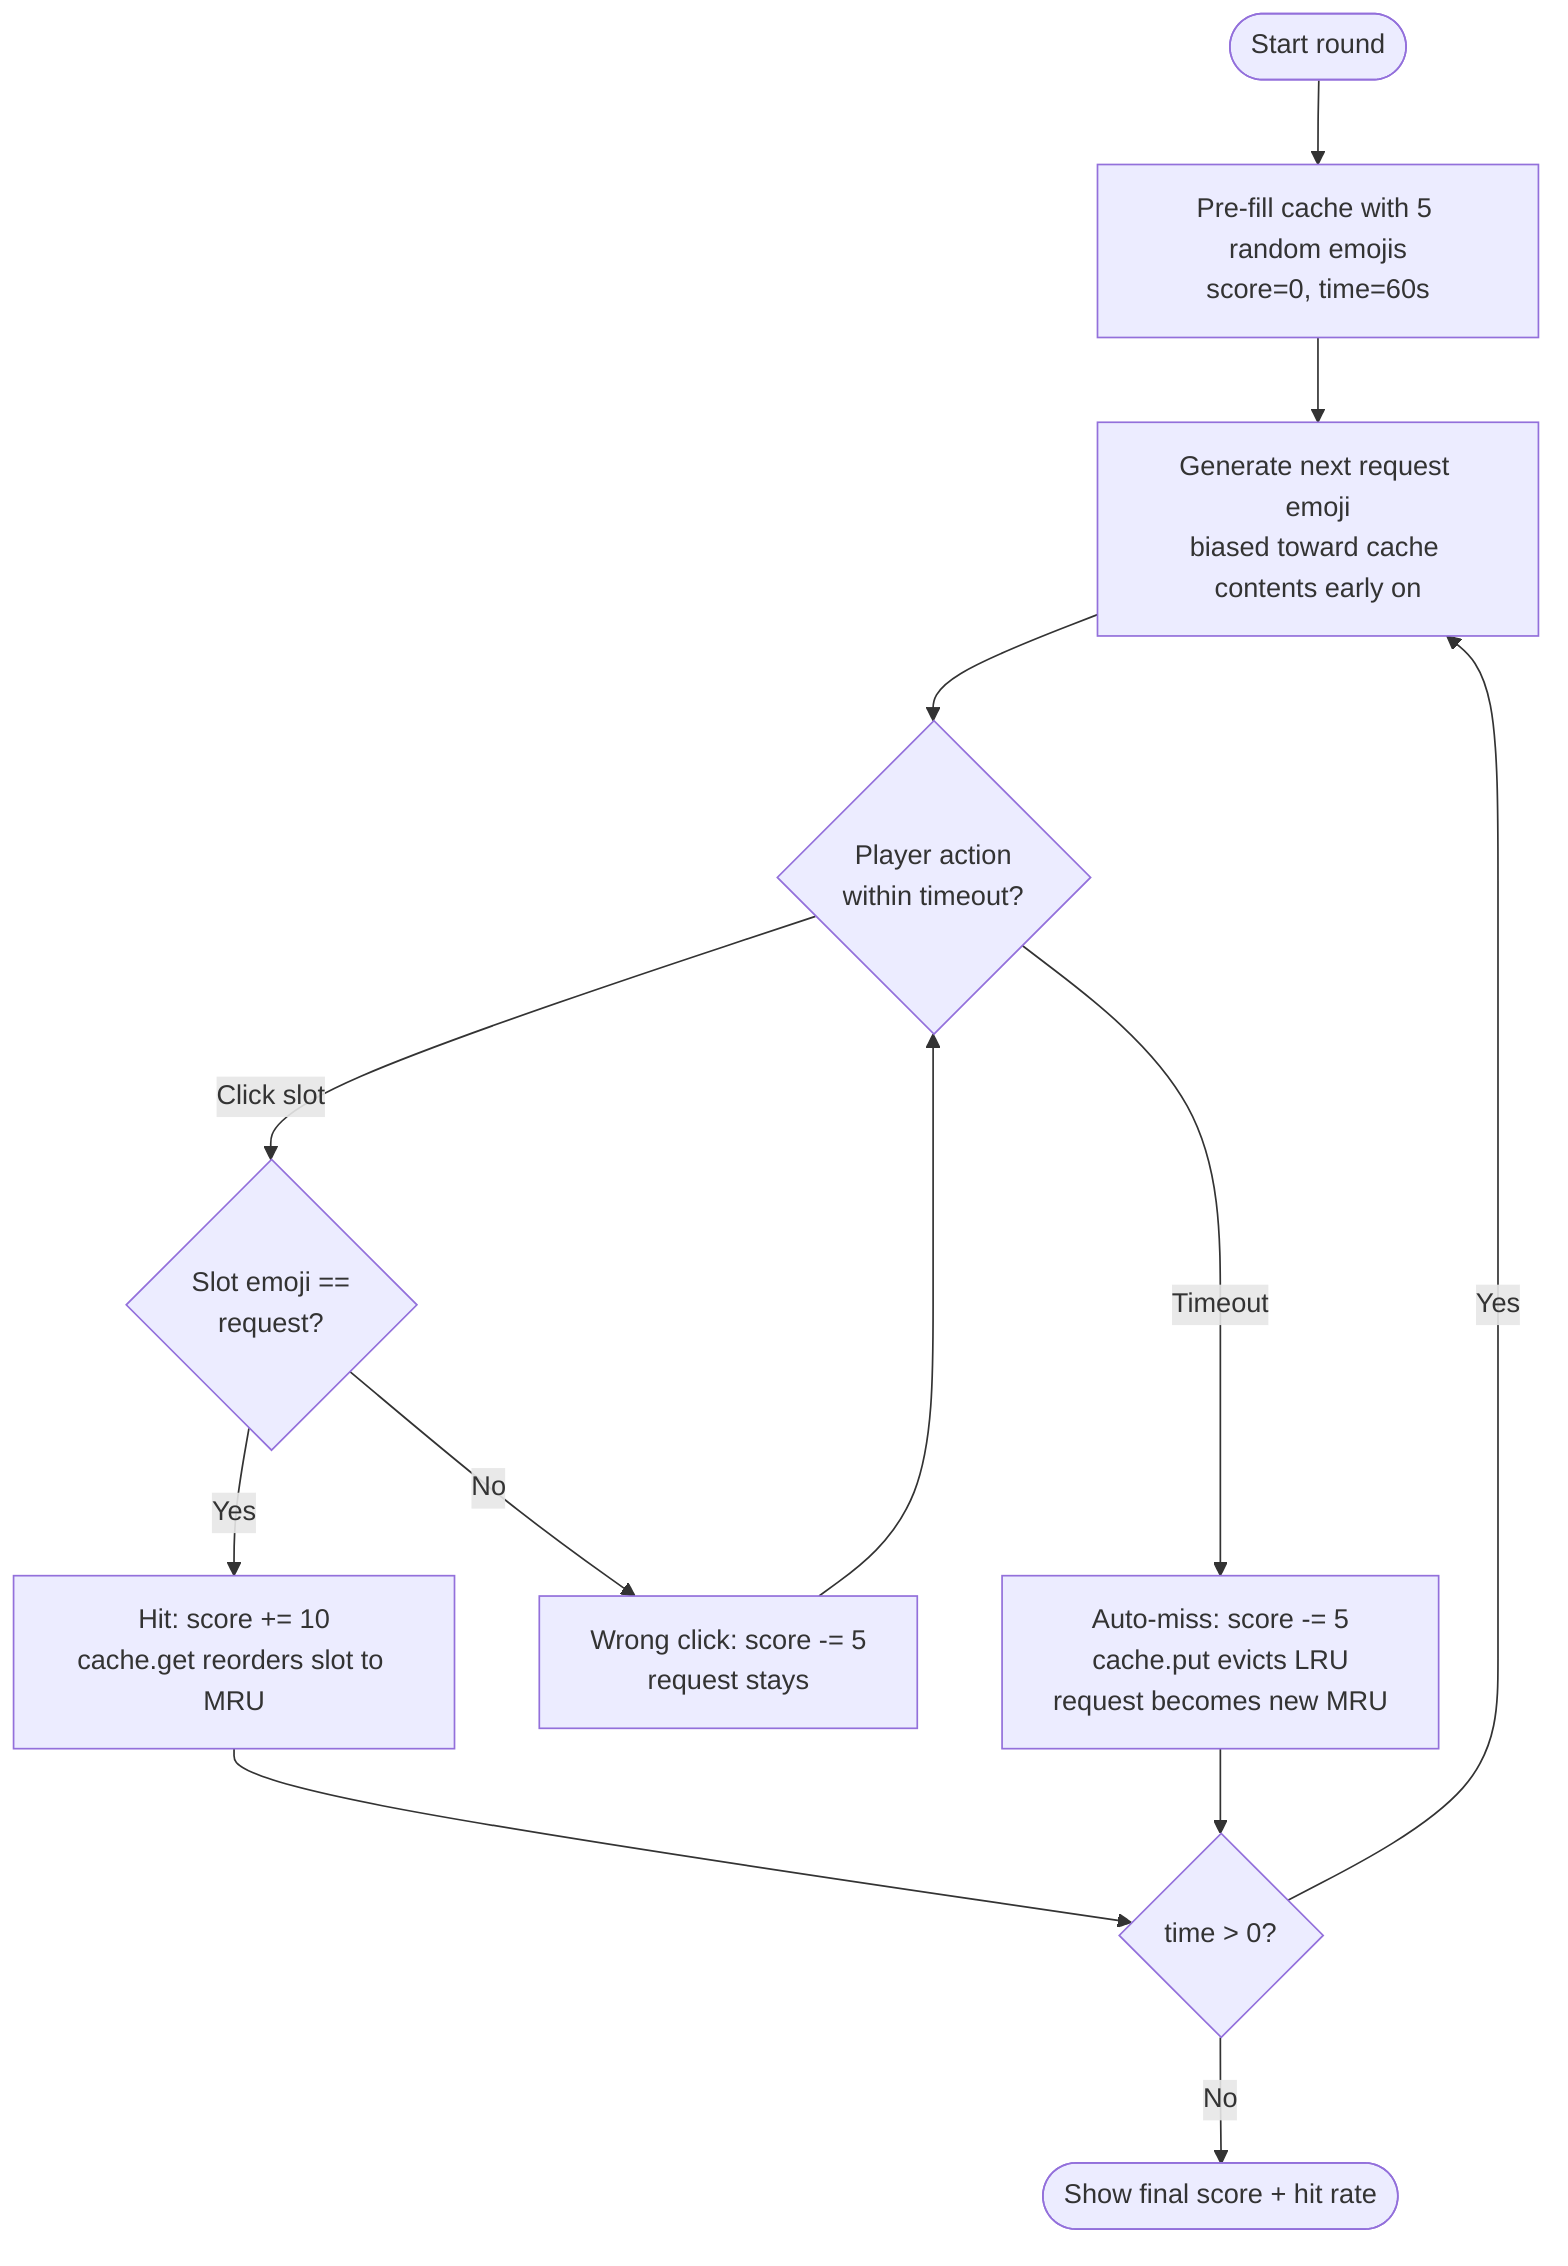
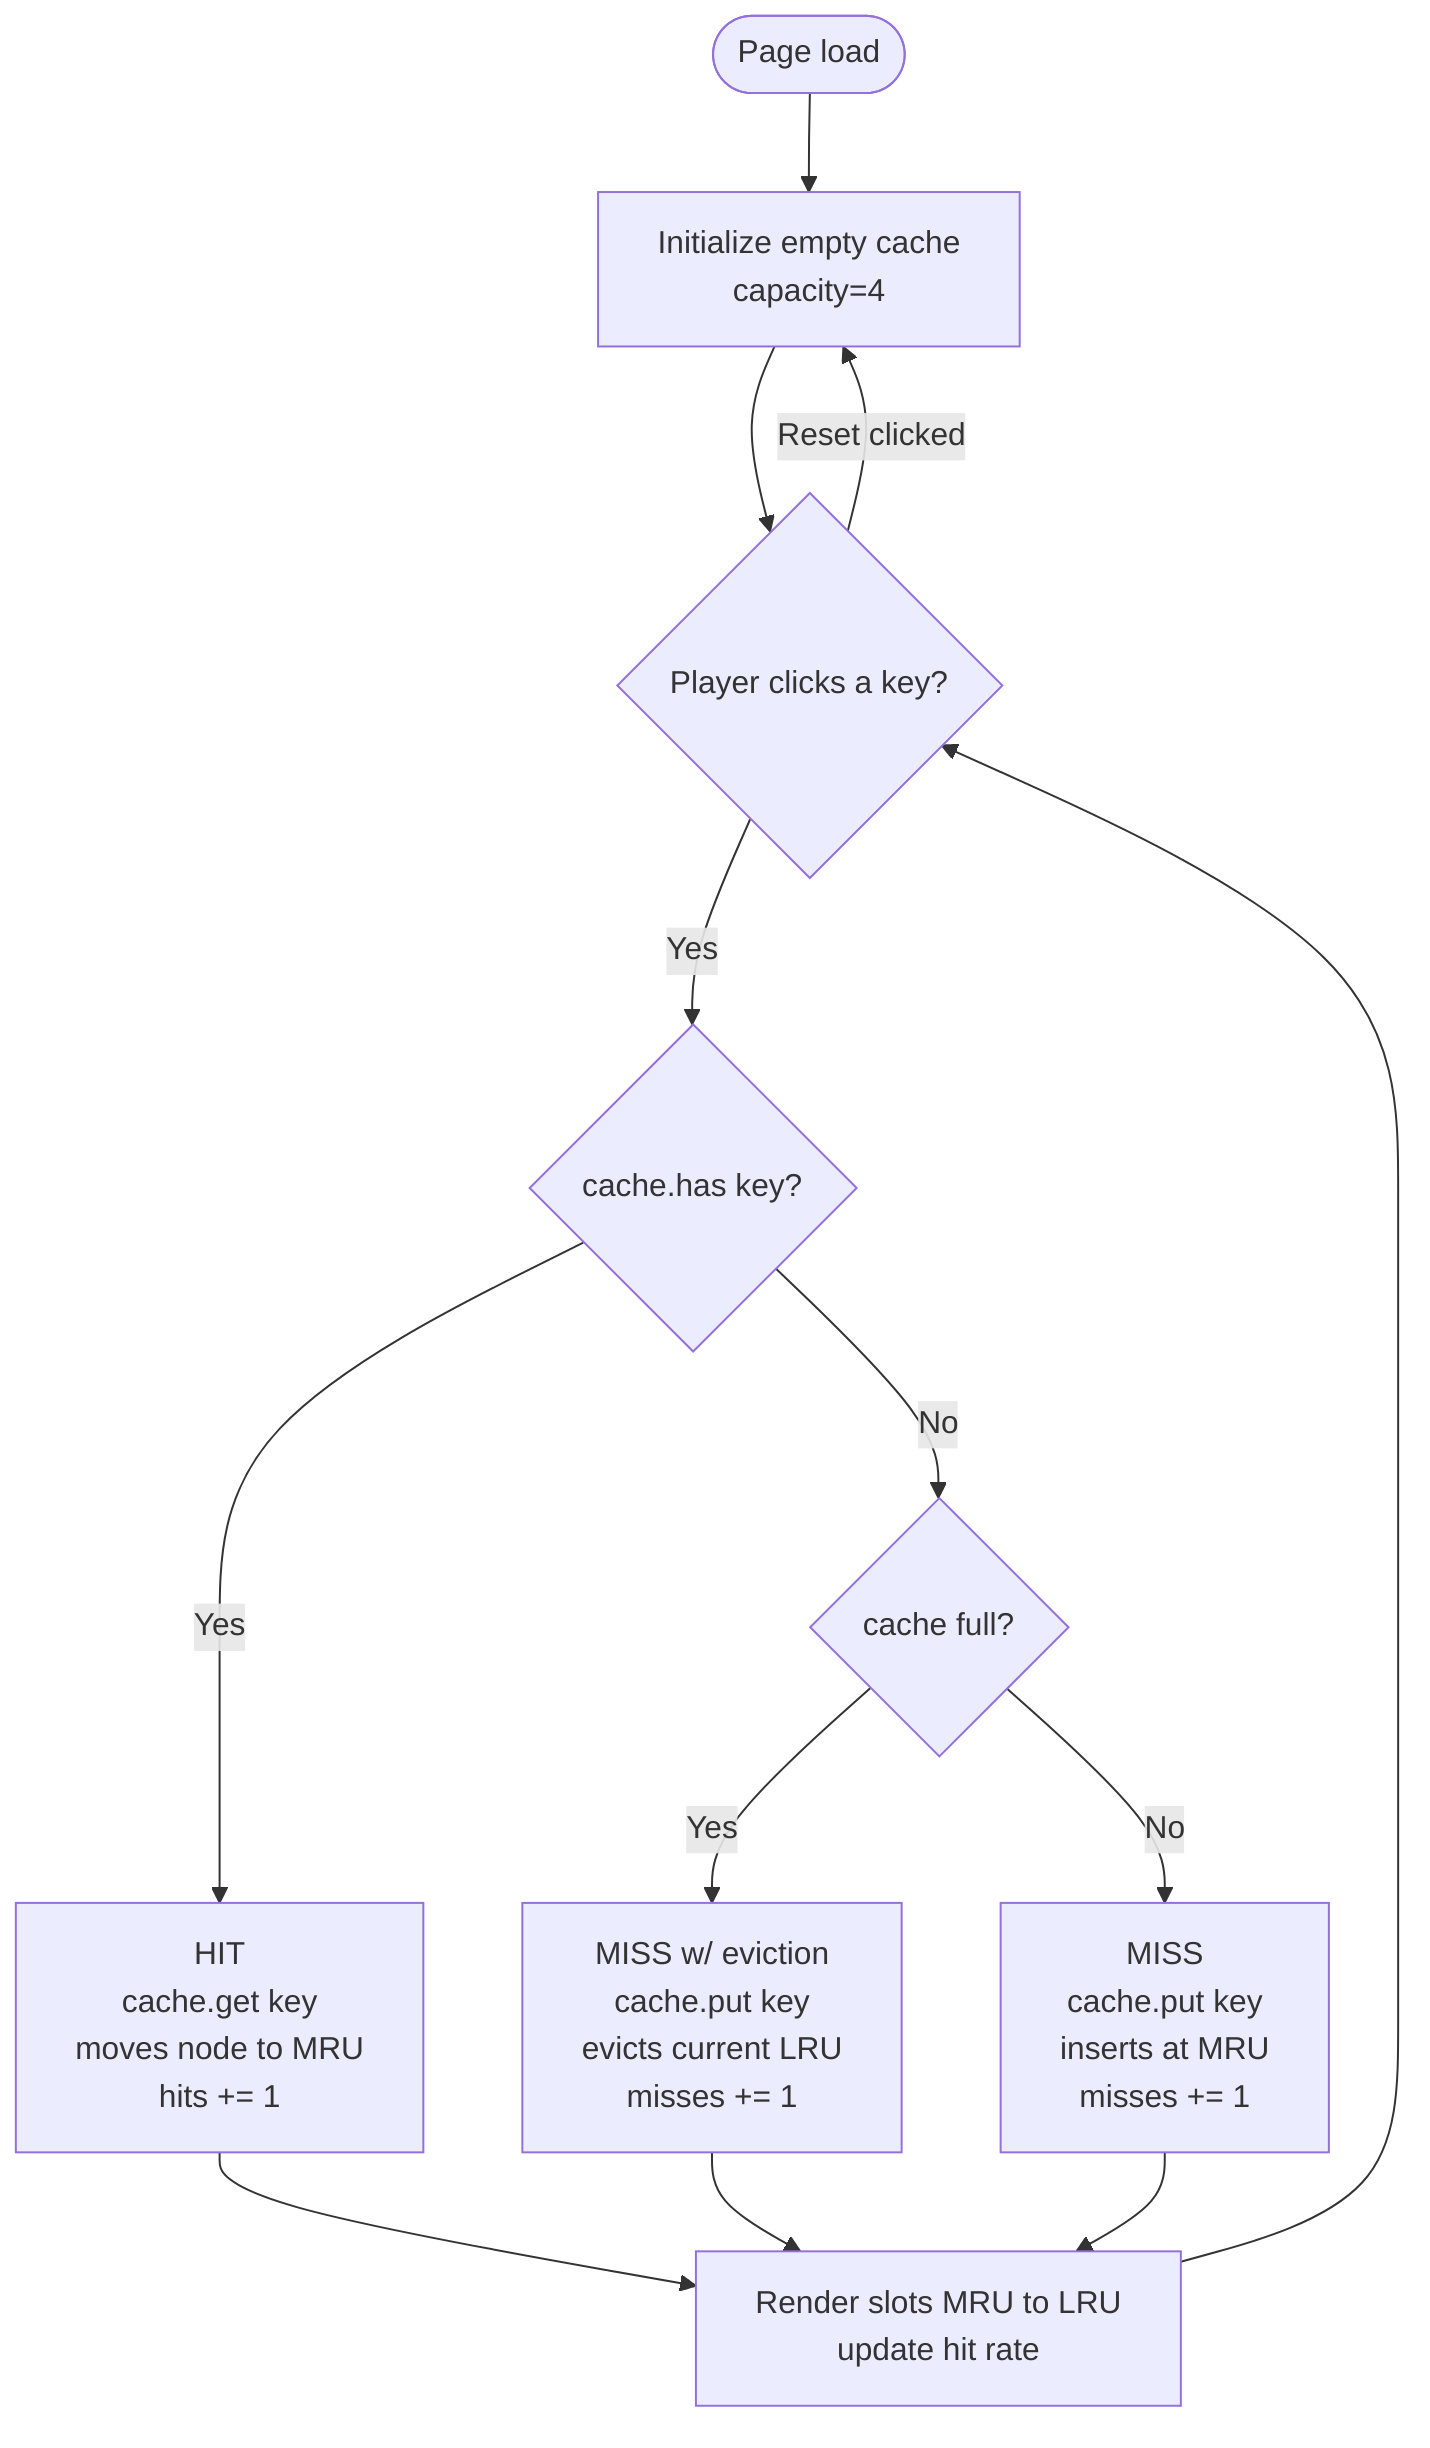
- %% Cache Crash — player activity per request
+ %% Cache Crash — per-click flow
flowchart TD
-     Start([Start round]) --> Init[Pre-fill cache with 5 random emojis<br/>score=0, time=60s]
-     Init --> Pick[Generate next request emoji<br/>biased toward cache contents early on]
-     Pick --> Wait{Player action<br/>within timeout?}
+     Start([Page load]) --> Init[Initialize empty cache<br/>capacity=4]
+     Init --> Wait{Player clicks a key?}

-     Wait -->|Click slot| Match{Slot emoji ==<br/>request?}
-     Match -->|Yes| Hit[Hit: score += 10<br/>cache.get reorders slot to MRU]
-     Match -->|No| WrongClick[Wrong click: score -= 5<br/>request stays]
-     Hit --> NextOrEnd
-     WrongClick --> Wait
+     Wait -->|Yes| Lookup{cache.has key?}

-     Wait -->|Timeout| Auto[Auto-miss: score -= 5<br/>cache.put evicts LRU<br/>request becomes new MRU]
-     Auto --> NextOrEnd
+     Lookup -->|Yes| Hit[HIT<br/>cache.get key<br/>moves node to MRU<br/>hits += 1]
+     Lookup -->|No| MissBranch{cache full?}

-     NextOrEnd{time > 0?}
-     NextOrEnd -->|Yes| Pick
-     NextOrEnd -->|No| End([Show final score + hit rate])
+     MissBranch -->|Yes| Evict[MISS w/ eviction<br/>cache.put key<br/>evicts current LRU<br/>misses += 1]
+     MissBranch -->|No| InsertOnly[MISS<br/>cache.put key<br/>inserts at MRU<br/>misses += 1]
+ 
+     Hit --> Render[Render slots MRU to LRU<br/>update hit rate]
+     Evict --> Render
+     InsertOnly --> Render
+     Render --> Wait
+ 
+     Wait -->|Reset clicked| Init
